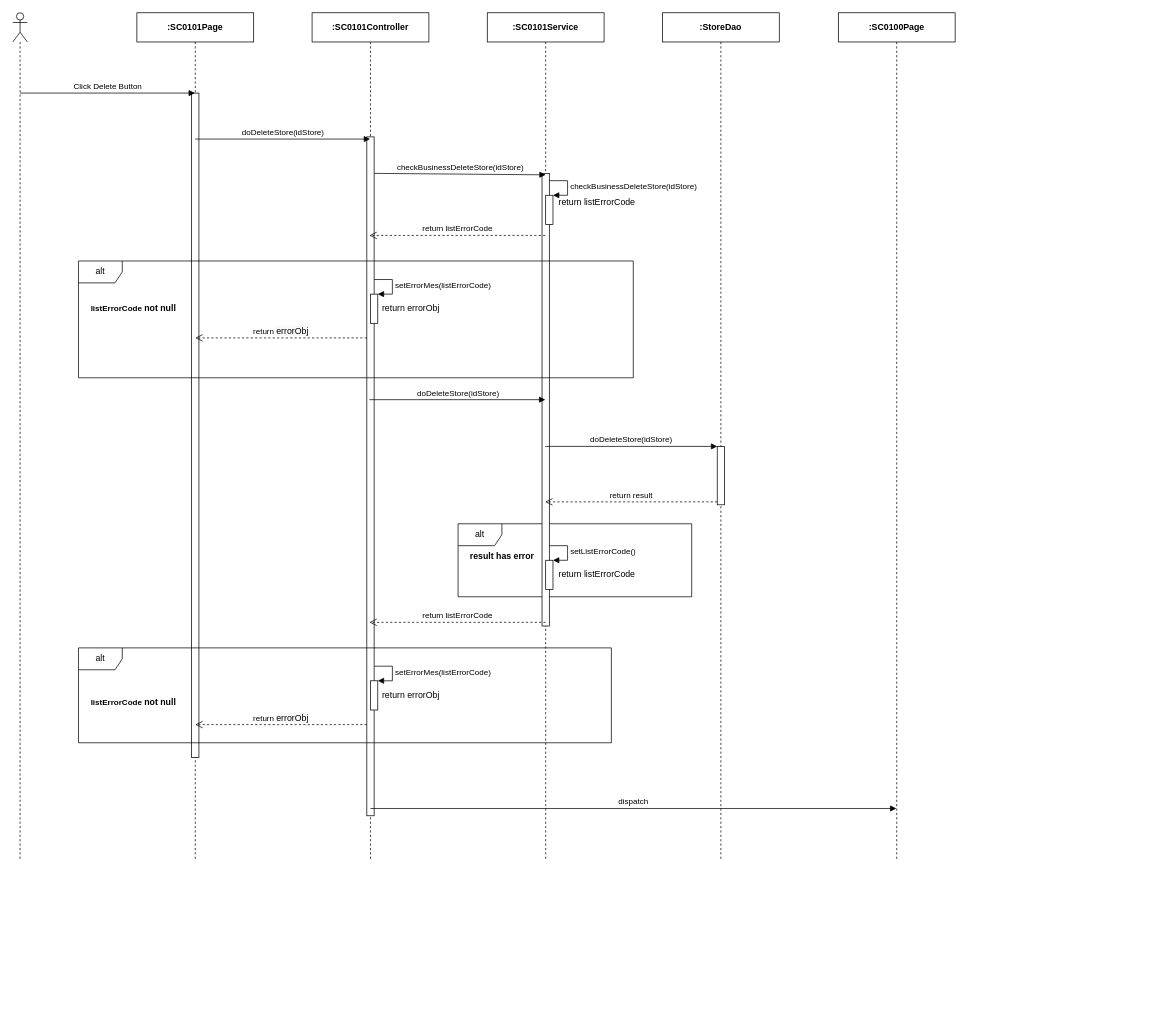
This is page "Ev04" (4 of 7) of 1. Review/SEQ Diagram/sc01/SC0101_StoreDetail.drawio from luannmdev/CapstoneDocument, a draw.io file, before an edit. Source tidied: cells renumbered, new cells numbered last; positions are measured from the earlier drawing's top-left corner, leaving out a move shared by most shapes. Both pictures are drawn from the tidied source at 73%, with x=0, y=0 at pixel (12, 12).
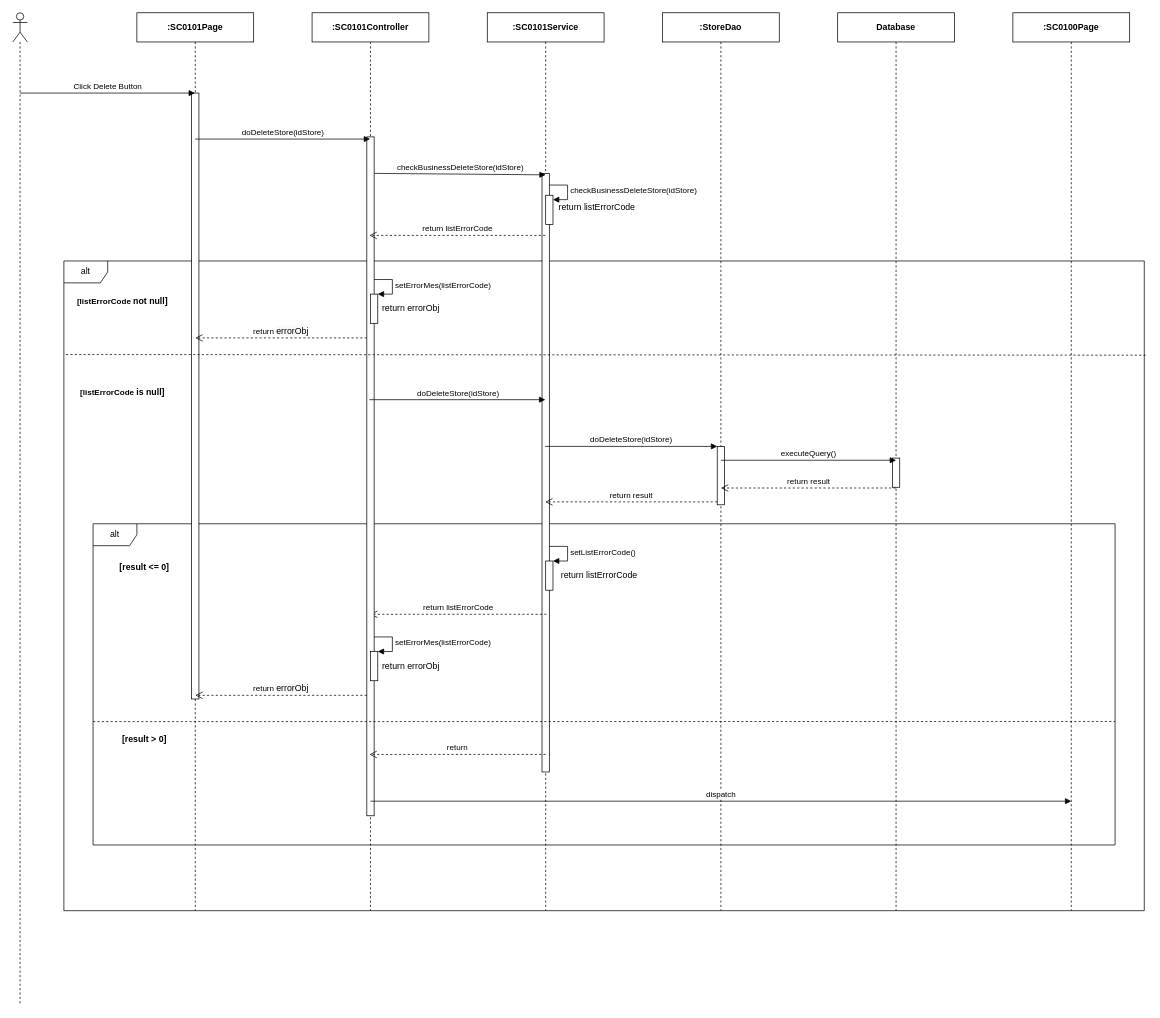
The same diagram, later.

The change refers to these unchanged cells:
```xml
<mxCell id="16" style="html=1;points=[];perimeter=orthogonalPerimeter;" parent="1" vertex="1">
  <mxGeometry x="730" y="250" width="10" height="40" as="geometry" />
</mxCell>
```

What changed in the source:
```diff
@@
-    <mxCell id="2" value="alt" style="shape=umlFrame;whiteSpace=wrap;html=1;" parent="1" vertex="1">
-      <mxGeometry x="610" y="700" width="320" height="100" as="geometry" />
-    </mxCell>
+    <mxCell id="24" value="alt" style="shape=umlFrame;whiteSpace=wrap;html=1;" parent="1" vertex="1">
+      <mxGeometry x="70" y="340" width="1480" height="890" as="geometry" />
+    </mxCell>
+    <mxCell id="41" value="alt" style="shape=umlFrame;whiteSpace=wrap;html=1;" parent="1" vertex="1">
+      <mxGeometry x="110" y="700" width="1400" height="440" as="geometry" />
+    </mxCell>
+    <mxCell id="42" value="&lt;b&gt;Database&lt;/b&gt;" style="shape=umlLifeline;perimeter=lifelinePerimeter;whiteSpace=wrap;html=1;" parent="1" vertex="1">
+      <mxGeometry x="1130" width="160" height="1230" as="geometry" />
+    </mxCell>
+    <mxCell id="43" style="html=1;perimeter=orthogonalPerimeter;" parent="42" vertex="1">
+      <mxGeometry x="75" y="610" width="10" height="40" as="geometry" />
+    </mxCell>
+    <mxCell id="23" value="&lt;b&gt;:SC0100Page&lt;/b&gt;" style="shape=umlLifeline;perimeter=lifelinePerimeter;whiteSpace=wrap;html=1;outlineConnect=0;" parent="1" vertex="1">
+      <mxGeometry x="1370" width="160" height="1230" as="geometry" />
+    </mxCell>
     <mxCell id="3" style="shape=umlLifeline;participant=umlActor;perimeter=lifelinePerimeter;whiteSpace=wrap;html=1;verticalAlign=top;spacingTop=36;" parent="1" vertex="1">
-      <mxGeometry width="20" height="1160" as="geometry" />
+      <mxGeometry width="20" height="1360" as="geometry" />
     </mxCell>
     <mxCell id="4" value="&lt;b&gt;:SC0101Page&lt;/b&gt;" style="shape=umlLifeline;perimeter=lifelinePerimeter;whiteSpace=wrap;html=1;outlineConnect=0;" parent="1" vertex="1">
-      <mxGeometry x="170" width="160" height="1160" as="geometry" />
+      <mxGeometry x="170" width="160" height="1230" as="geometry" />
     </mxCell>
     <mxCell id="5" style="html=1;perimeter=orthogonalPerimeter;" parent="4" vertex="1">
-      <mxGeometry x="75" y="110" width="10" height="910" as="geometry" />
+      <mxGeometry x="75" y="110" width="10" height="830" as="geometry" />
     </mxCell>
     <mxCell id="6" value="&lt;b&gt;:StoreDao&lt;/b&gt;" style="shape=umlLifeline;perimeter=lifelinePerimeter;whiteSpace=wrap;html=1;" parent="1" vertex="1">
-      <mxGeometry x="890" width="160" height="1160" as="geometry" />
+      <mxGeometry x="890" width="160" height="1230" as="geometry" />
     </mxCell>
     <mxCell id="7" value="&lt;b&gt;:&lt;/b&gt;&lt;b&gt;SC0101&lt;/b&gt;&lt;b&gt;Service&lt;/b&gt;" style="shape=umlLifeline;perimeter=lifelinePerimeter;whiteSpace=wrap;html=1;" parent="1" vertex="1">
-      <mxGeometry x="650" width="160" height="1160" as="geometry" />
+      <mxGeometry x="650" width="160" height="1230" as="geometry" />
     </mxCell>
     <mxCell id="8" style="html=1;perimeter=orthogonalPerimeter;" parent="7" vertex="1">
-      <mxGeometry x="75" y="220" width="10" height="620" as="geometry" />
+      <mxGeometry x="75" y="220" width="10" height="820" as="geometry" />
     </mxCell>
+    <mxCell id="44" style="html=1;points=[];perimeter=orthogonalPerimeter;" parent="7" vertex="1">
+      <mxGeometry x="80" y="751" width="10" height="40" as="geometry" />
+    </mxCell>
+    <mxCell id="33" value="setListErrorCode()" style="edgeStyle=orthogonalEdgeStyle;html=1;align=left;spacingLeft=2;endArrow=block;rounded=0;entryX=1;entryY=0;" parent="7" edge="1" target="44">
+      <mxGeometry relative="1" as="geometry">
+        <mxPoint x="85" y="731" as="sourcePoint" />
+        <Array as="points">
+          <mxPoint x="110" y="731" />
+        </Array>
+      </mxGeometry>
+    </mxCell>
+    <mxCell id="34" value="return listErrorCode" style="text;html=1;align=center;verticalAlign=middle;" parent="7" vertex="1">
+      <mxGeometry x="93" y="761" width="120" height="20" as="geometry" />
+    </mxCell>
+    <mxCell id="39" value="return listErrorCode" style="html=1;verticalAlign=bottom;endArrow=open;dashed=1;endSize=8;" parent="7" edge="1">
+      <mxGeometry relative="1" as="geometry">
+        <mxPoint x="81" y="824" as="sourcePoint" />
+        <mxPoint x="-160.5" y="824" as="targetPoint" />
+      </mxGeometry>
+    </mxCell>
     <mxCell id="9" value="&lt;b&gt;:SC0101Controller&lt;/b&gt;" style="shape=umlLifeline;perimeter=lifelinePerimeter;whiteSpace=wrap;html=1;" parent="1" vertex="1">
-      <mxGeometry x="410" width="160" height="1160" as="geometry" />
+      <mxGeometry x="410" width="160" height="1230" as="geometry" />
     </mxCell>
@@
-    <mxCell id="17" value="&lt;span style=&quot;text-align: center&quot;&gt;checkBusinessDeleteStore(idStore)&lt;/span&gt;" style="edgeStyle=orthogonalEdgeStyle;html=1;align=left;spacingLeft=2;endArrow=block;rounded=0;entryX=1;entryY=0;" parent="1" edge="1" target="16">
+    <mxCell id="17" value="&lt;span style=&quot;text-align: center&quot;&gt;checkBusinessDeleteStore(idStore)&lt;/span&gt;" style="edgeStyle=orthogonalEdgeStyle;html=1;align=left;spacingLeft=2;endArrow=block;rounded=0;entryX=1;entryY=0;" parent="1" edge="1">
       <mxGeometry relative="1" as="geometry">
-        <mxPoint x="735" y="230" as="sourcePoint" />
+        <mxPoint x="735" y="236" as="sourcePoint" />
+        <mxPoint x="740" y="256" as="targetPoint" />
         <Array as="points">
-          <mxPoint x="760" y="230" />
+          <mxPoint x="760" y="236" />
         </Array>
       </mxGeometry>
     </mxCell>
     <mxCell id="18" value="return listErrorCode" style="text;html=1;align=center;verticalAlign=middle;" parent="1" vertex="1">
-      <mxGeometry x="740" y="250" width="120" height="20" as="geometry" />
+      <mxGeometry x="740" y="256" width="120" height="20" as="geometry" />
     </mxCell>
@@
-    <mxCell id="22" value="dispatch" style="html=1;verticalAlign=bottom;endArrow=block;" parent="1" edge="1" target="23">
+    <mxCell id="22" value="dispatch" style="html=1;verticalAlign=bottom;endArrow=block;" parent="1" edge="1">
       <mxGeometry relative="1" as="geometry">
-        <mxPoint x="490" y="1090" as="sourcePoint" />
+        <mxPoint x="490" y="1080" as="sourcePoint" />
+        <mxPoint x="1450" y="1080" as="targetPoint" />
       </mxGeometry>
     </mxCell>
-    <mxCell id="23" value="&lt;b&gt;:SC0100Page&lt;/b&gt;" style="shape=umlLifeline;perimeter=lifelinePerimeter;whiteSpace=wrap;html=1;outlineConnect=0;" parent="1" vertex="1">
-      <mxGeometry x="1130.9" width="160" height="1160" as="geometry" />
-    </mxCell>
-    <mxCell id="24" value="alt" style="shape=umlFrame;whiteSpace=wrap;html=1;" parent="1" vertex="1">
-      <mxGeometry x="90" y="340" width="760" height="160" as="geometry" />
-    </mxCell>
-    <mxCell id="25" value="&lt;b&gt;&lt;span style=&quot;font-size: 11px ; background-color: rgb(255 , 255 , 255)&quot;&gt;listErrorCode&amp;nbsp;&lt;/span&gt;not null&lt;/b&gt;" style="text;html=1;align=center;verticalAlign=middle;" parent="1" vertex="1">
-      <mxGeometry x="100" y="395.4" width="130" height="20" as="geometry" />
+    <mxCell id="25" value="&lt;b&gt;&lt;span style=&quot;font-size: 11px ; background-color: rgb(255 , 255 , 255)&quot;&gt;[listErrorCode&amp;nbsp;&lt;/span&gt;not null]&lt;/b&gt;" style="text;html=1;align=center;verticalAlign=middle;" parent="1" vertex="1">
+      <mxGeometry x="80" y="385.4" width="140" height="20" as="geometry" />
     </mxCell>
@@
-    <mxCell id="30" value="alt" style="shape=umlFrame;whiteSpace=wrap;html=1;" parent="1" vertex="1">
-      <mxGeometry x="90" y="870" width="730" height="130" as="geometry" />
-    </mxCell>
-    <mxCell id="31" value="result has error" style="text;html=1;align=center;verticalAlign=middle;fontStyle=1;" parent="1" vertex="1">
-      <mxGeometry x="620" y="735" width="100" height="20" as="geometry" />
-    </mxCell>
-    <mxCell id="32" style="html=1;points=[];perimeter=orthogonalPerimeter;" parent="1" vertex="1">
-      <mxGeometry x="730" y="750" width="10" height="40" as="geometry" />
-    </mxCell>
-    <mxCell id="33" value="setListErrorCode()" style="edgeStyle=orthogonalEdgeStyle;html=1;align=left;spacingLeft=2;endArrow=block;rounded=0;entryX=1;entryY=0;" parent="1" edge="1" target="32">
-      <mxGeometry relative="1" as="geometry">
-        <mxPoint x="735" y="730" as="sourcePoint" />
-        <Array as="points">
-          <mxPoint x="760" y="730" />
-        </Array>
-      </mxGeometry>
-    </mxCell>
-    <mxCell id="34" value="return listErrorCode" style="text;html=1;align=center;verticalAlign=middle;" parent="1" vertex="1">
-      <mxGeometry x="740" y="760" width="120" height="20" as="geometry" />
-    </mxCell>
     <mxCell id="35" style="html=1;points=[];perimeter=orthogonalPerimeter;" parent="1" vertex="1">
-      <mxGeometry x="490" y="915.1" width="10" height="40" as="geometry" />
+      <mxGeometry x="490" y="875" width="10" height="40" as="geometry" />
     </mxCell>
     <mxCell id="36" value="setErrorMes(listErrorCode)" style="edgeStyle=orthogonalEdgeStyle;html=1;align=left;spacingLeft=2;endArrow=block;rounded=0;entryX=1;entryY=0;" parent="1" edge="1" target="35">
       <mxGeometry relative="1" as="geometry">
-        <mxPoint x="495" y="895.1" as="sourcePoint" />
+        <mxPoint x="495" y="855" as="sourcePoint" />
         <Array as="points">
-          <mxPoint x="520" y="895.1" />
+          <mxPoint x="520" y="855" />
         </Array>
       </mxGeometry>
     </mxCell>
     <mxCell id="37" value="return&amp;nbsp;&lt;span style=&quot;font-size: 12px ; background-color: rgb(248 , 249 , 250)&quot;&gt;errorObj&lt;/span&gt;" style="html=1;verticalAlign=bottom;endArrow=open;dashed=1;endSize=8;" parent="1" edge="1">
       <mxGeometry relative="1" as="geometry">
-        <mxPoint x="485" y="975.1" as="sourcePoint" />
-        <mxPoint x="250" y="975.1" as="targetPoint" />
+        <mxPoint x="485" y="935" as="sourcePoint" />
+        <mxPoint x="250" y="935" as="targetPoint" />
       </mxGeometry>
     </mxCell>
     <mxCell id="38" value="return errorObj" style="text;html=1;align=center;verticalAlign=middle;" parent="1" vertex="1">
-      <mxGeometry x="500" y="925.1" width="90" height="20" as="geometry" />
+      <mxGeometry x="500" y="885" width="90" height="20" as="geometry" />
     </mxCell>
-    <mxCell id="39" value="return listErrorCode" style="html=1;verticalAlign=bottom;endArrow=open;dashed=1;endSize=8;" parent="1" edge="1">
-      <mxGeometry relative="1" as="geometry">
-        <mxPoint x="730" y="835" as="sourcePoint" />
-        <mxPoint x="488.5" y="835" as="targetPoint" />
-      </mxGeometry>
-    </mxCell>
-    <mxCell id="40" value="&lt;b&gt;&lt;span style=&quot;font-size: 11px ; background-color: rgb(255 , 255 , 255)&quot;&gt;listErrorCode&amp;nbsp;&lt;/span&gt;not null&lt;/b&gt;" style="text;html=1;align=center;verticalAlign=middle;" parent="1" vertex="1">
-      <mxGeometry x="100" y="935.1" width="130" height="20" as="geometry" />
-    </mxCell>
+    <mxCell id="45" value="executeQuery()" style="html=1;verticalAlign=bottom;endArrow=block;" parent="1" edge="1">
+      <mxGeometry relative="1" as="geometry">
+        <mxPoint x="970" y="613" as="sourcePoint" />
+        <mxPoint x="1210" y="613" as="targetPoint" />
+      </mxGeometry>
+    </mxCell>
+    <mxCell id="46" value="return result" style="html=1;verticalAlign=bottom;endArrow=open;dashed=1;endSize=8;" parent="1" edge="1">
+      <mxGeometry relative="1" as="geometry">
+        <mxPoint x="1209.5" y="651" as="sourcePoint" />
+        <mxPoint x="970" y="651" as="targetPoint" />
+      </mxGeometry>
+    </mxCell>
+    <mxCell id="47" style="endArrow=none;dashed=1;html=1;exitX=0.002;exitY=0.144;exitDx=0;exitDy=0;exitPerimeter=0;entryX=1.002;entryY=0.145;entryDx=0;entryDy=0;entryPerimeter=0;" parent="1" edge="1" source="24" target="24">
+      <mxGeometry relative="1" as="geometry" />
+    </mxCell>
+    <mxCell id="48" value="&lt;b&gt;&lt;span style=&quot;font-size: 11px ; background-color: rgb(255 , 255 , 255)&quot;&gt;[listErrorCode&amp;nbsp;&lt;/span&gt;is null]&lt;/b&gt;" style="text;html=1;align=center;verticalAlign=middle;" parent="1" vertex="1">
+      <mxGeometry x="85" y="510" width="130" height="20" as="geometry" />
+    </mxCell>
+    <mxCell id="49" value="[result &amp;gt; 0]" style="text;html=1;align=center;verticalAlign=middle;fontStyle=1;" parent="1" vertex="1">
+      <mxGeometry x="140" y="985" width="80" height="20" as="geometry" />
+    </mxCell>
+    <mxCell id="50" value="return" style="html=1;verticalAlign=bottom;endArrow=open;dashed=1;endSize=8;" parent="1" edge="1">
+      <mxGeometry relative="1" as="geometry">
+        <mxPoint x="730" y="1016" as="sourcePoint" />
+        <mxPoint x="488.5" y="1016" as="targetPoint" />
+      </mxGeometry>
+    </mxCell>
+    <mxCell id="51" style="endArrow=none;dashed=1;html=1;entryX=1;entryY=0.396;entryDx=0;entryDy=0;entryPerimeter=0;" parent="1" edge="1">
+      <mxGeometry relative="1" as="geometry">
+        <mxPoint x="110" y="971" as="sourcePoint" />
+        <mxPoint x="1510" y="970.8" as="targetPoint" />
+      </mxGeometry>
+    </mxCell>
+    <mxCell id="52" value="[result &amp;lt;= 0]" style="text;html=1;align=center;verticalAlign=middle;fontStyle=1;" parent="1" vertex="1">
+      <mxGeometry x="140" y="750" width="80" height="20" as="geometry" />
+    </mxCell>
```
